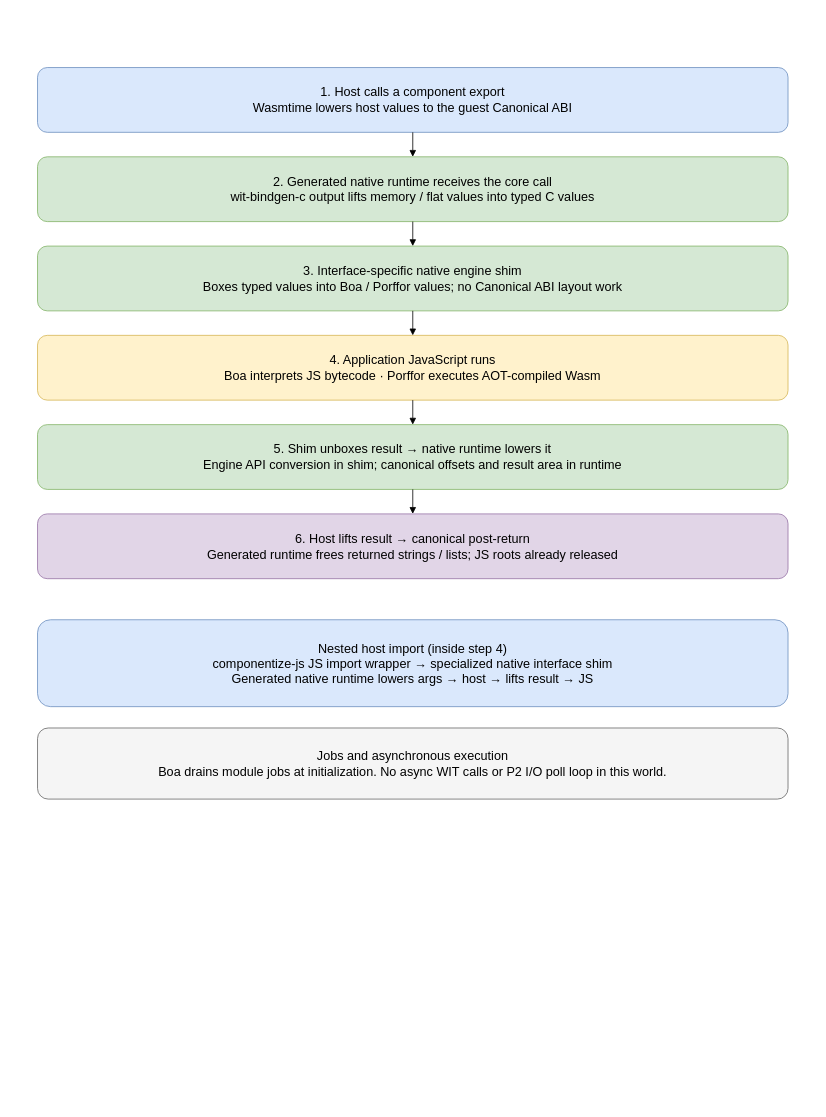
Before: docs/diagrams/b-call-path.drawio in vados-cosmonic/js-guest-bindgen-comparison, a draw.io diagram. Source tidied: cells renumbered, new cells numbered last; positions are measured from the earlier drawing's top-left corner, leaving out a move shared by most shapes. Both pictures are drawn from the tidied source at 79%, with x=0, y=0 at pixel (37, 67).
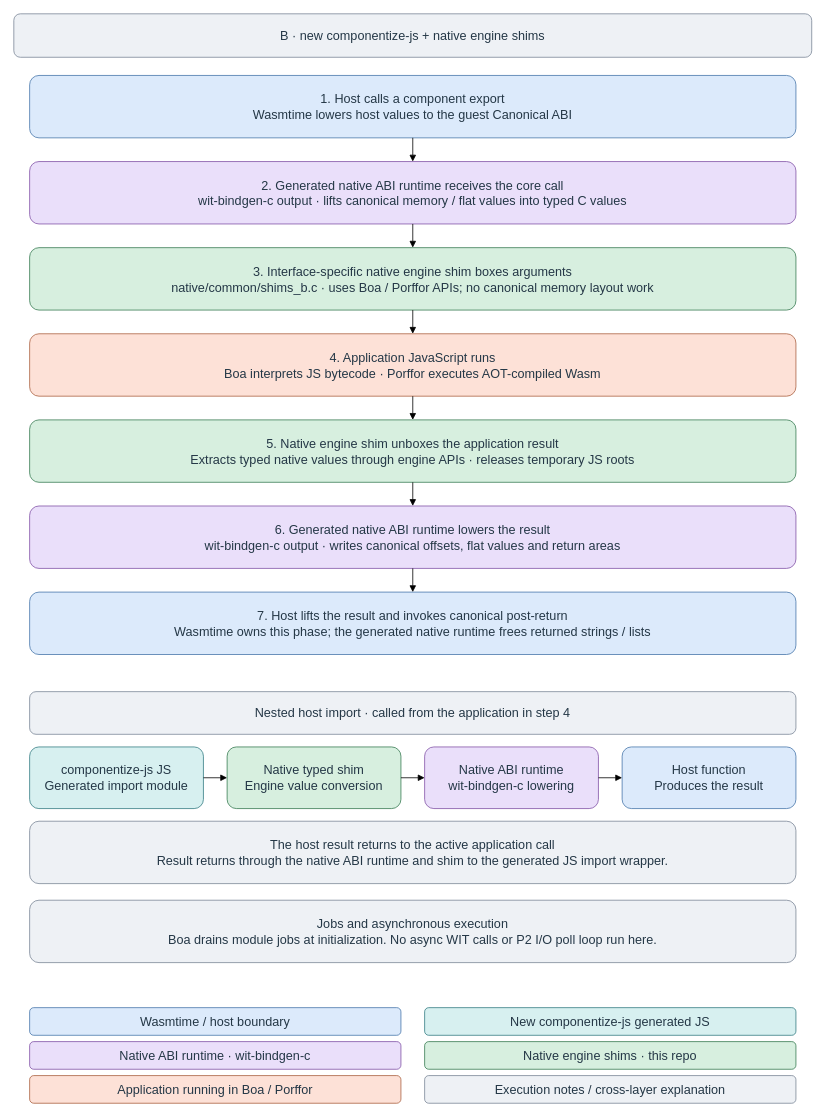
After the change.

The edit, as a diff of the source:
```diff
@@
+    <mxCell id="15" value="B · new componentize-js + native engine shims" style="rounded=1;whiteSpace=wrap;html=1;fillColor=#eef1f5;strokeColor=#7b8797;fontColor=#243746;fontSize=16;" parent="1" vertex="1">
+      <mxGeometry x="-30" y="-68" width="1010" height="55" as="geometry" />
+    </mxCell>
-    <mxCell id="2" value="1. Host calls a component export&lt;br&gt;Wasmtime lowers host values to the guest Canonical ABI" style="rounded=1;whiteSpace=wrap;html=1;fillColor=#dae8fc;strokeColor=#6c8ebf;fontSize=16;" parent="1" vertex="1">
-      <mxGeometry width="950" height="82" as="geometry" />
+    <mxCell id="2" value="1. Host calls a component export&lt;br&gt;Wasmtime lowers host values to the guest Canonical ABI" style="rounded=1;whiteSpace=wrap;html=1;fillColor=#dceafb;strokeColor=#4776aa;fontColor=#243746;fontSize=16;" parent="1" vertex="1">
+      <mxGeometry x="-10" y="10" width="970" height="79" as="geometry" />
     </mxCell>
-    <mxCell id="3" value="2. Generated native runtime receives the core call&lt;br&gt;wit-bindgen-c output lifts memory / flat values into typed C values" style="rounded=1;whiteSpace=wrap;html=1;fillColor=#d5e8d4;strokeColor=#82b366;fontSize=16;" parent="1" vertex="1">
-      <mxGeometry y="113" width="950" height="82" as="geometry" />
-    </mxCell>
-    <mxCell id="4" style="edgeStyle=orthogonalEdgeStyle;rounded=0;html=1;endArrow=block;" parent="1" edge="1" source="2" target="3">
-      <mxGeometry relative="1" as="geometry" />
-    </mxCell>
-    <mxCell id="5" value="3. Interface-specific native engine shim&lt;br&gt;Boxes typed values into Boa / Porffor values; no Canonical ABI layout work" style="rounded=1;whiteSpace=wrap;html=1;fillColor=#d5e8d4;strokeColor=#82b366;fontSize=16;" parent="1" vertex="1">
-      <mxGeometry y="226" width="950" height="82" as="geometry" />
-    </mxCell>
-    <mxCell id="6" style="edgeStyle=orthogonalEdgeStyle;rounded=0;html=1;endArrow=block;" parent="1" edge="1" source="3" target="5">
-      <mxGeometry relative="1" as="geometry" />
-    </mxCell>
+    <mxCell id="16" value="2. Generated native ABI runtime receives the core call&lt;br&gt;wit-bindgen-c output · lifts canonical memory / flat values into typed C values" style="rounded=1;whiteSpace=wrap;html=1;fillColor=#eadffa;strokeColor=#8253a7;fontColor=#243746;fontSize=16;" parent="1" vertex="1">
+      <mxGeometry x="-10" y="119" width="970" height="79" as="geometry" />
+    </mxCell>
+    <mxCell id="17" style="edgeStyle=orthogonalEdgeStyle;rounded=0;html=1;endArrow=block;" parent="1" edge="1" source="2" target="16">
+      <mxGeometry relative="1" as="geometry" />
+    </mxCell>
+    <mxCell id="18" value="3. Interface-specific native engine shim boxes arguments&lt;br&gt;native/common/shims_b.c · uses Boa / Porffor APIs; no canonical memory layout work" style="rounded=1;whiteSpace=wrap;html=1;fillColor=#d7efdf;strokeColor=#387b53;fontColor=#243746;fontSize=16;" parent="1" vertex="1">
+      <mxGeometry x="-10" y="228" width="970" height="79" as="geometry" />
+    </mxCell>
+    <mxCell id="19" style="edgeStyle=orthogonalEdgeStyle;rounded=0;html=1;endArrow=block;" parent="1" edge="1" source="16" target="18">
+      <mxGeometry relative="1" as="geometry" />
+    </mxCell>
-    <mxCell id="7" value="4. Application JavaScript runs&lt;br&gt;Boa interprets JS bytecode · Porffor executes AOT-compiled Wasm" style="rounded=1;whiteSpace=wrap;html=1;fillColor=#fff2cc;strokeColor=#d6b656;fontSize=16;" parent="1" vertex="1">
-      <mxGeometry y="339" width="950" height="82" as="geometry" />
+    <mxCell id="7" value="4. Application JavaScript runs&lt;br&gt;Boa interprets JS bytecode · Porffor executes AOT-compiled Wasm" style="rounded=1;whiteSpace=wrap;html=1;fillColor=#fde1d7;strokeColor=#aa6243;fontColor=#243746;fontSize=16;" parent="1" vertex="1">
+      <mxGeometry x="-10" y="337" width="970" height="79" as="geometry" />
     </mxCell>
-    <mxCell id="8" style="edgeStyle=orthogonalEdgeStyle;rounded=0;html=1;endArrow=block;" parent="1" edge="1" source="5" target="7">
-      <mxGeometry relative="1" as="geometry" />
-    </mxCell>
-    <mxCell id="9" value="5. Shim unboxes result → native runtime lowers it&lt;br&gt;Engine API conversion in shim; canonical offsets and result area in runtime" style="rounded=1;whiteSpace=wrap;html=1;fillColor=#d5e8d4;strokeColor=#82b366;fontSize=16;" parent="1" vertex="1">
-      <mxGeometry y="452" width="950" height="82" as="geometry" />
-    </mxCell>
-    <mxCell id="10" style="edgeStyle=orthogonalEdgeStyle;rounded=0;html=1;endArrow=block;" parent="1" edge="1" source="7" target="9">
-      <mxGeometry relative="1" as="geometry" />
-    </mxCell>
-    <mxCell id="11" value="6. Host lifts result → canonical post-return&lt;br&gt;Generated runtime frees returned strings / lists; JS roots already released" style="rounded=1;whiteSpace=wrap;html=1;fillColor=#e1d5e7;strokeColor=#9673a6;fontSize=16;" parent="1" vertex="1">
-      <mxGeometry y="565" width="950" height="82" as="geometry" />
-    </mxCell>
-    <mxCell id="12" style="edgeStyle=orthogonalEdgeStyle;rounded=0;html=1;endArrow=block;" parent="1" edge="1" source="9" target="11">
-      <mxGeometry relative="1" as="geometry" />
-    </mxCell>
-    <mxCell id="13" value="Nested host import (inside step 4)&lt;br&gt;componentize-js JS import wrapper → specialized native interface shim&lt;br&gt;Generated native runtime lowers args → host → lifts result → JS" style="rounded=1;whiteSpace=wrap;html=1;fillColor=#dae8fc;strokeColor=#6c8ebf;fontSize=16;" parent="1" vertex="1">
-      <mxGeometry y="699" width="950" height="110" as="geometry" />
-    </mxCell>
+    <mxCell id="20" style="edgeStyle=orthogonalEdgeStyle;rounded=0;html=1;endArrow=block;" parent="1" edge="1" source="18" target="7">
+      <mxGeometry relative="1" as="geometry" />
+    </mxCell>
+    <mxCell id="21" value="5. Native engine shim unboxes the application result&lt;br&gt;Extracts typed native values through engine APIs · releases temporary JS roots" style="rounded=1;whiteSpace=wrap;html=1;fillColor=#d7efdf;strokeColor=#387b53;fontColor=#243746;fontSize=16;" parent="1" vertex="1">
+      <mxGeometry x="-10" y="446" width="970" height="79" as="geometry" />
+    </mxCell>
+    <mxCell id="22" style="edgeStyle=orthogonalEdgeStyle;rounded=0;html=1;endArrow=block;" parent="1" edge="1" source="7" target="21">
+      <mxGeometry relative="1" as="geometry" />
+    </mxCell>
+    <mxCell id="23" value="6. Generated native ABI runtime lowers the result&lt;br&gt;wit-bindgen-c output · writes canonical offsets, flat values and return areas" style="rounded=1;whiteSpace=wrap;html=1;fillColor=#eadffa;strokeColor=#8253a7;fontColor=#243746;fontSize=16;" parent="1" vertex="1">
+      <mxGeometry x="-10" y="555" width="970" height="79" as="geometry" />
+    </mxCell>
+    <mxCell id="24" style="edgeStyle=orthogonalEdgeStyle;rounded=0;html=1;endArrow=block;" parent="1" edge="1" source="21" target="23">
+      <mxGeometry relative="1" as="geometry" />
+    </mxCell>
+    <mxCell id="25" value="7. Host lifts the result and invokes canonical post-return&lt;br&gt;Wasmtime owns this phase; the generated native runtime frees returned strings / lists" style="rounded=1;whiteSpace=wrap;html=1;fillColor=#dceafb;strokeColor=#4776aa;fontColor=#243746;fontSize=16;" parent="1" vertex="1">
+      <mxGeometry x="-10" y="664" width="970" height="79" as="geometry" />
+    </mxCell>
+    <mxCell id="26" style="edgeStyle=orthogonalEdgeStyle;rounded=0;html=1;endArrow=block;" parent="1" edge="1" source="23" target="25">
+      <mxGeometry relative="1" as="geometry" />
+    </mxCell>
+    <mxCell id="27" value="Nested host import · called from the application in step 4" style="rounded=1;whiteSpace=wrap;html=1;fillColor=#eef1f5;strokeColor=#7b8797;fontColor=#243746;fontSize=16;" parent="1" vertex="1">
+      <mxGeometry x="-10" y="790" width="970" height="54" as="geometry" />
+    </mxCell>
+    <mxCell id="28" value="componentize-js JS&lt;br&gt;Generated import module" style="rounded=1;whiteSpace=wrap;html=1;fillColor=#d7f0f0;strokeColor=#347d83;fontColor=#243746;fontSize=16;" parent="1" vertex="1">
+      <mxGeometry x="-10" y="860" width="220" height="78" as="geometry" />
+    </mxCell>
+    <mxCell id="29" value="Native typed shim&lt;br&gt;Engine value conversion" style="rounded=1;whiteSpace=wrap;html=1;fillColor=#d7efdf;strokeColor=#387b53;fontColor=#243746;fontSize=16;" parent="1" vertex="1">
+      <mxGeometry x="240" y="860" width="220" height="78" as="geometry" />
+    </mxCell>
+    <mxCell id="30" style="edgeStyle=orthogonalEdgeStyle;rounded=0;html=1;endArrow=block;" parent="1" edge="1" source="28" target="29">
+      <mxGeometry relative="1" as="geometry" />
+    </mxCell>
+    <mxCell id="31" value="Native ABI runtime&lt;br&gt;wit-bindgen-c lowering" style="rounded=1;whiteSpace=wrap;html=1;fillColor=#eadffa;strokeColor=#8253a7;fontColor=#243746;fontSize=16;" parent="1" vertex="1">
+      <mxGeometry x="490" y="860" width="220" height="78" as="geometry" />
+    </mxCell>
+    <mxCell id="32" style="edgeStyle=orthogonalEdgeStyle;rounded=0;html=1;endArrow=block;" parent="1" edge="1" source="29" target="31">
+      <mxGeometry relative="1" as="geometry" />
+    </mxCell>
+    <mxCell id="33" value="Host function&lt;br&gt;Produces the result" style="rounded=1;whiteSpace=wrap;html=1;fillColor=#dceafb;strokeColor=#4776aa;fontColor=#243746;fontSize=16;" parent="1" vertex="1">
+      <mxGeometry x="740" y="860" width="220" height="78" as="geometry" />
+    </mxCell>
+    <mxCell id="34" style="edgeStyle=orthogonalEdgeStyle;rounded=0;html=1;endArrow=block;" parent="1" edge="1" source="31" target="33">
+      <mxGeometry relative="1" as="geometry" />
+    </mxCell>
+    <mxCell id="35" value="The host result returns to the active application call&lt;br&gt;Result returns through the native ABI runtime and shim to the generated JS import wrapper." style="rounded=1;whiteSpace=wrap;html=1;fillColor=#eef1f5;strokeColor=#7b8797;fontColor=#243746;fontSize=16;" parent="1" vertex="1">
+      <mxGeometry x="-10" y="954" width="970" height="79" as="geometry" />
+    </mxCell>
-    <mxCell id="14" value="Jobs and asynchronous execution&lt;br&gt;Boa drains module jobs at initialization. No async WIT calls or P2 I/O poll loop in this world." style="rounded=1;whiteSpace=wrap;html=1;fillColor=#f5f5f5;strokeColor=#666666;fontSize=16;" parent="1" vertex="1">
-      <mxGeometry y="836" width="950" height="90" as="geometry" />
+    <mxCell id="14" value="Jobs and asynchronous execution&lt;br&gt;Boa drains module jobs at initialization. No async WIT calls or P2 I/O poll loop run here." style="rounded=1;whiteSpace=wrap;html=1;fillColor=#eef1f5;strokeColor=#7b8797;fontColor=#243746;fontSize=16;" parent="1" vertex="1">
+      <mxGeometry x="-10" y="1054" width="970" height="79" as="geometry" />
     </mxCell>
+    <mxCell id="36" value="Wasmtime / host boundary" style="rounded=1;whiteSpace=wrap;html=1;fillColor=#dceafb;strokeColor=#4776aa;fontColor=#243746;fontSize=16;" parent="1" vertex="1">
+      <mxGeometry x="-10" y="1190" width="470" height="35" as="geometry" />
+    </mxCell>
+    <mxCell id="37" value="New componentize-js generated JS" style="rounded=1;whiteSpace=wrap;html=1;fillColor=#d7f0f0;strokeColor=#347d83;fontColor=#243746;fontSize=16;" parent="1" vertex="1">
+      <mxGeometry x="490" y="1190" width="470" height="35" as="geometry" />
+    </mxCell>
+    <mxCell id="38" value="Native ABI runtime · wit-bindgen-c" style="rounded=1;whiteSpace=wrap;html=1;fillColor=#eadffa;strokeColor=#8253a7;fontColor=#243746;fontSize=16;" parent="1" vertex="1">
+      <mxGeometry x="-10" y="1233" width="470" height="35" as="geometry" />
+    </mxCell>
+    <mxCell id="39" value="Native engine shims · this repo" style="rounded=1;whiteSpace=wrap;html=1;fillColor=#d7efdf;strokeColor=#387b53;fontColor=#243746;fontSize=16;" parent="1" vertex="1">
+      <mxGeometry x="490" y="1233" width="470" height="35" as="geometry" />
+    </mxCell>
+    <mxCell id="40" value="Application running in Boa / Porffor" style="rounded=1;whiteSpace=wrap;html=1;fillColor=#fde1d7;strokeColor=#aa6243;fontColor=#243746;fontSize=16;" parent="1" vertex="1">
+      <mxGeometry x="-10" y="1276" width="470" height="35" as="geometry" />
+    </mxCell>
+    <mxCell id="41" value="Execution notes / cross-layer explanation" style="rounded=1;whiteSpace=wrap;html=1;fillColor=#eef1f5;strokeColor=#7b8797;fontColor=#243746;fontSize=16;" parent="1" vertex="1">
+      <mxGeometry x="490" y="1276" width="470" height="35" as="geometry" />
+    </mxCell>
```
